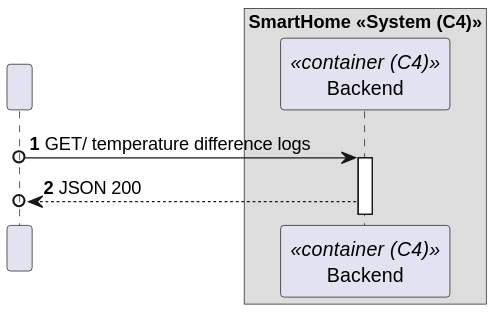
moutajDev/smarthome keeps this PlantUML diagram as docs/C4_4plus1_models/Level2/ProcessView/ProcessViewLevel2_UC13_v1.svg. Above is the earlier version.
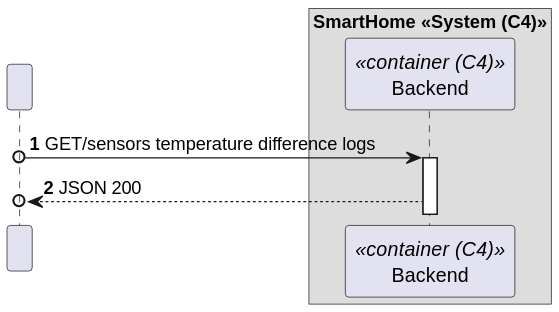
The same diagram one commit later.

What changed in the source:
```diff
@@ -11,7 +11,7 @@
 end box
 
 
-HTTP o-> BE : GET/ temperature difference logs
+HTTP o-> BE : GET/sensors temperature difference logs
 activate BE
 
 
```
